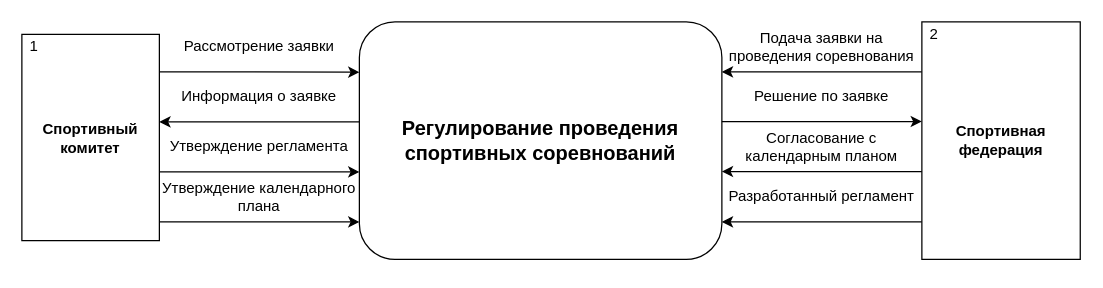
antonch985/Education keeps this draw.io diagram as page "DFD (контекстная)" (7 of 11) of Диаграммы ИС «Спортивный комитет».drawio. Above is the earlier version. Source tidied: cells renumbered, new cells numbered last; positions are measured from the earlier drawing's top-left corner, leaving out a move shared by most shapes. Both pictures are drawn from the tidied source at 125%, with x=0, y=0 at pixel (21, 21).
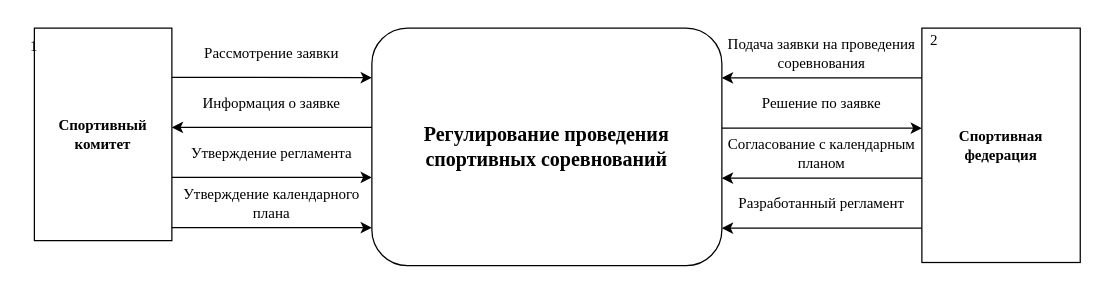
Above is the later version.

The edit, as a diff of the source:
```diff
@@
-    <mxCell id="2" style="edgeStyle=none;rounded=0;orthogonalLoop=1;jettySize=auto;html=1;" parent="1" edge="1">
+    <mxCell id="2" style="edgeStyle=none;rounded=0;orthogonalLoop=1;jettySize=auto;html=1;fontFamily=Times New Roman;" parent="1" edge="1">
       <mxGeometry relative="1" as="geometry">
-        <mxPoint x="110" y="120" as="sourcePoint" />
-        <mxPoint x="270" y="120" as="targetPoint" />
+        <mxPoint x="120" y="124.4" as="sourcePoint" />
+        <mxPoint x="280" y="124.4" as="targetPoint" />
       </mxGeometry>
     </mxCell>
-    <mxCell id="3" style="edgeStyle=none;rounded=0;orthogonalLoop=1;jettySize=auto;html=1;" parent="1" edge="1">
+    <mxCell id="3" style="edgeStyle=none;rounded=0;orthogonalLoop=1;jettySize=auto;html=1;fontFamily=Times New Roman;" parent="1" edge="1">
       <mxGeometry relative="1" as="geometry">
-        <mxPoint x="720" y="160" as="sourcePoint" />
-        <mxPoint x="560" y="160" as="targetPoint" />
+        <mxPoint x="720" y="165" as="sourcePoint" />
+        <mxPoint x="560" y="165" as="targetPoint" />
       </mxGeometry>
     </mxCell>
-    <mxCell id="4" value="Регулирование проведения&lt;div&gt;спортивных соревнований&lt;/div&gt;" style="rounded=1;whiteSpace=wrap;html=1;fontStyle=1;fontSize=16;" parent="1" vertex="1">
-      <mxGeometry x="270" width="290" height="190" as="geometry" />
+    <mxCell id="4" value="Регулирование проведения&lt;div&gt;спортивных соревнований&lt;/div&gt;" style="rounded=1;whiteSpace=wrap;html=1;fontStyle=1;fontSize=16;fontFamily=Times New Roman;" parent="1" vertex="1">
+      <mxGeometry x="280" y="5" width="280" height="190" as="geometry" />
     </mxCell>
-    <mxCell id="5" style="edgeStyle=none;rounded=0;orthogonalLoop=1;jettySize=auto;html=1;entryX=0;entryY=0.5;entryDx=0;entryDy=0;" parent="1" edge="1">
+    <mxCell id="5" style="edgeStyle=none;rounded=0;orthogonalLoop=1;jettySize=auto;html=1;entryX=0;entryY=0.5;entryDx=0;entryDy=0;fontFamily=Times New Roman;" parent="1" edge="1">
       <mxGeometry relative="1" as="geometry">
-        <mxPoint x="110" y="40" as="sourcePoint" />
-        <mxPoint x="270" y="40.2" as="targetPoint" />
+        <mxPoint x="120" y="44.4" as="sourcePoint" />
+        <mxPoint x="280" y="44.6" as="targetPoint" />
       </mxGeometry>
     </mxCell>
-    <mxCell id="6" value="Спортивный&lt;div&gt;комитет&lt;/div&gt;" style="rounded=0;whiteSpace=wrap;html=1;fontStyle=1;" parent="1" vertex="1">
-      <mxGeometry y="10" width="110" height="165" as="geometry" />
+    <mxCell id="6" value="Спортивный&lt;div&gt;комитет&lt;/div&gt;" style="rounded=0;whiteSpace=wrap;html=1;fontStyle=1;fontFamily=Times New Roman;" parent="1" vertex="1">
+      <mxGeometry x="10" y="5" width="110" height="170" as="geometry" />
     </mxCell>
-    <mxCell id="7" style="edgeStyle=none;rounded=0;orthogonalLoop=1;jettySize=auto;html=1;entryX=1;entryY=0.5;entryDx=0;entryDy=0;" parent="1" edge="1">
+    <mxCell id="7" style="edgeStyle=none;rounded=0;orthogonalLoop=1;jettySize=auto;html=1;fontFamily=Times New Roman;exitX=0;exitY=0.213;exitDx=0;exitDy=0;exitPerimeter=0;" parent="1" edge="1">
       <mxGeometry relative="1" as="geometry">
-        <mxPoint x="720" y="40" as="sourcePoint" />
-        <mxPoint x="560" y="40" as="targetPoint" />
+        <mxPoint x="720" y="44.8" as="sourcePoint" />
+        <mxPoint x="560" y="44.8" as="targetPoint" />
       </mxGeometry>
     </mxCell>
-    <mxCell id="8" value="Спортивная&lt;br&gt;&lt;div&gt;федерация&lt;/div&gt;" style="rounded=0;whiteSpace=wrap;html=1;fontStyle=1;" parent="1" vertex="1">
-      <mxGeometry x="720" width="126.7" height="190" as="geometry" />
+    <mxCell id="8" value="Спортивная&lt;br&gt;&lt;div&gt;федерация&lt;/div&gt;" style="rounded=0;whiteSpace=wrap;html=1;fontStyle=1;fontFamily=Times New Roman;" parent="1" vertex="1">
+      <mxGeometry x="720" y="5" width="126.7" height="187.5" as="geometry" />
     </mxCell>
-    <mxCell id="9" value="Подача заявки на проведения соревнования" style="text;html=1;whiteSpace=wrap;strokeColor=none;fillColor=none;align=center;verticalAlign=middle;rounded=0;" parent="1" vertex="1">
-      <mxGeometry x="560" width="160" height="40" as="geometry" />
+    <mxCell id="9" value="Подача заявки на проведения соревнования" style="text;html=1;whiteSpace=wrap;strokeColor=none;fillColor=none;align=center;verticalAlign=middle;rounded=0;fontFamily=Times New Roman;" parent="1" vertex="1">
+      <mxGeometry x="560" y="5" width="160" height="40" as="geometry" />
     </mxCell>
-    <mxCell id="10" value="Рассмотрение заявки" style="text;html=1;whiteSpace=wrap;strokeColor=none;fillColor=none;align=center;verticalAlign=middle;rounded=0;" parent="1" vertex="1">
-      <mxGeometry x="110" width="160" height="40" as="geometry" />
+    <mxCell id="10" value="Рассмотрение заявки" style="text;html=1;whiteSpace=wrap;strokeColor=none;fillColor=none;align=center;verticalAlign=middle;rounded=0;fontFamily=Times New Roman;" parent="1" vertex="1">
+      <mxGeometry x="120" y="4.6" width="160" height="40" as="geometry" />
     </mxCell>
-    <mxCell id="11" value="Информация о заявке" style="text;html=1;whiteSpace=wrap;strokeColor=none;fillColor=none;align=center;verticalAlign=middle;rounded=0;" parent="1" vertex="1">
-      <mxGeometry x="110" y="40" width="160" height="40" as="geometry" />
+    <mxCell id="11" value="Информация о заявке" style="text;html=1;whiteSpace=wrap;strokeColor=none;fillColor=none;align=center;verticalAlign=middle;rounded=0;fontFamily=Times New Roman;" parent="1" vertex="1">
+      <mxGeometry x="120" y="44.6" width="160" height="40" as="geometry" />
     </mxCell>
-    <mxCell id="12" value="Согласование с календарным планом" style="text;html=1;whiteSpace=wrap;strokeColor=none;fillColor=none;align=center;verticalAlign=middle;rounded=0;" parent="1" vertex="1">
-      <mxGeometry x="560" y="80" width="160" height="40" as="geometry" />
+    <mxCell id="12" value="Согласование с календарным планом" style="text;html=1;whiteSpace=wrap;strokeColor=none;fillColor=none;align=center;verticalAlign=middle;rounded=0;fontFamily=Times New Roman;" parent="1" vertex="1">
+      <mxGeometry x="560" y="85" width="160" height="40" as="geometry" />
     </mxCell>
-    <mxCell id="13" value="Разработанный регламент" style="text;html=1;whiteSpace=wrap;strokeColor=none;fillColor=none;align=center;verticalAlign=middle;rounded=0;" parent="1" vertex="1">
-      <mxGeometry x="560" y="120" width="160" height="40" as="geometry" />
+    <mxCell id="13" value="Разработанный регламент" style="text;html=1;whiteSpace=wrap;strokeColor=none;fillColor=none;align=center;verticalAlign=middle;rounded=0;fontFamily=Times New Roman;" parent="1" vertex="1">
+      <mxGeometry x="560" y="125" width="160" height="40" as="geometry" />
     </mxCell>
-    <mxCell id="14" value="Утверждение регламента" style="text;html=1;whiteSpace=wrap;strokeColor=none;fillColor=none;align=center;verticalAlign=middle;rounded=0;" parent="1" vertex="1">
-      <mxGeometry x="110" y="80" width="160" height="40" as="geometry" />
+    <mxCell id="14" value="Утверждение регламента" style="text;html=1;whiteSpace=wrap;strokeColor=none;fillColor=none;align=center;verticalAlign=middle;rounded=0;fontFamily=Times New Roman;" parent="1" vertex="1">
+      <mxGeometry x="120" y="84.6" width="160" height="40" as="geometry" />
     </mxCell>
-    <mxCell id="15" style="edgeStyle=none;rounded=0;orthogonalLoop=1;jettySize=auto;html=1;entryX=0;entryY=1;entryDx=0;entryDy=0;" parent="1" edge="1">
+    <mxCell id="15" style="edgeStyle=none;rounded=0;orthogonalLoop=1;jettySize=auto;html=1;entryX=0;entryY=1;entryDx=0;entryDy=0;fontFamily=Times New Roman;" parent="1" edge="1">
       <mxGeometry relative="1" as="geometry">
-        <mxPoint x="110" y="160" as="sourcePoint" />
-        <mxPoint x="270" y="160" as="targetPoint" />
+        <mxPoint x="120" y="164.6" as="sourcePoint" />
+        <mxPoint x="280" y="164.6" as="targetPoint" />
       </mxGeometry>
     </mxCell>
-    <mxCell id="16" value="Утверждение календарного плана" style="text;html=1;whiteSpace=wrap;strokeColor=none;fillColor=none;align=center;verticalAlign=middle;rounded=0;" parent="1" vertex="1">
-      <mxGeometry x="110" y="120" width="160" height="40" as="geometry" />
+    <mxCell id="16" value="Утверждение календарного плана" style="text;html=1;whiteSpace=wrap;strokeColor=none;fillColor=none;align=center;verticalAlign=middle;rounded=0;fontFamily=Times New Roman;" parent="1" vertex="1">
+      <mxGeometry x="120" y="124.6" width="160" height="40" as="geometry" />
     </mxCell>
-    <mxCell id="17" style="edgeStyle=none;rounded=0;orthogonalLoop=1;jettySize=auto;html=1;" parent="1" edge="1">
+    <mxCell id="17" style="edgeStyle=none;rounded=0;orthogonalLoop=1;jettySize=auto;html=1;fontFamily=Times New Roman;" parent="1" edge="1">
       <mxGeometry relative="1" as="geometry">
-        <mxPoint x="270" y="80" as="sourcePoint" />
-        <mxPoint x="110" y="80" as="targetPoint" />
+        <mxPoint x="280" y="84.4" as="sourcePoint" />
+        <mxPoint x="120" y="84.4" as="targetPoint" />
       </mxGeometry>
     </mxCell>
-    <mxCell id="18" style="edgeStyle=none;rounded=0;orthogonalLoop=1;jettySize=auto;html=1;entryX=1;entryY=0.526;entryDx=0;entryDy=0;entryPerimeter=0;exitX=0;exitY=0.526;exitDx=0;exitDy=0;exitPerimeter=0;" parent="1" edge="1">
+    <mxCell id="18" style="edgeStyle=none;rounded=0;orthogonalLoop=1;jettySize=auto;html=1;entryX=1;entryY=0.526;entryDx=0;entryDy=0;entryPerimeter=0;exitX=0;exitY=0.526;exitDx=0;exitDy=0;exitPerimeter=0;fontFamily=Times New Roman;" parent="1" edge="1">
       <mxGeometry relative="1" as="geometry">
-        <mxPoint x="720" y="119.7" as="sourcePoint" />
-        <mxPoint x="560" y="119.7" as="targetPoint" />
+        <mxPoint x="720" y="125" as="sourcePoint" />
+        <mxPoint x="560" y="125" as="targetPoint" />
       </mxGeometry>
     </mxCell>
-    <mxCell id="19" style="edgeStyle=none;rounded=0;orthogonalLoop=1;jettySize=auto;html=1;" parent="1" edge="1">
+    <mxCell id="19" style="edgeStyle=none;rounded=0;orthogonalLoop=1;jettySize=auto;html=1;fontFamily=Times New Roman;" parent="1" edge="1">
       <mxGeometry relative="1" as="geometry">
-        <mxPoint x="560" y="79.7" as="sourcePoint" />
-        <mxPoint x="720" y="79.7" as="targetPoint" />
+        <mxPoint x="560" y="85" as="sourcePoint" />
+        <mxPoint x="720" y="85" as="targetPoint" />
       </mxGeometry>
     </mxCell>
-    <mxCell id="20" value="Решение по заявке" style="text;html=1;whiteSpace=wrap;strokeColor=none;fillColor=none;align=center;verticalAlign=middle;rounded=0;" parent="1" vertex="1">
-      <mxGeometry x="560" y="40" width="160" height="40" as="geometry" />
+    <mxCell id="20" value="Решение по заявке" style="text;html=1;whiteSpace=wrap;strokeColor=none;fillColor=none;align=center;verticalAlign=middle;rounded=0;fontFamily=Times New Roman;" parent="1" vertex="1">
+      <mxGeometry x="560" y="45" width="160" height="40" as="geometry" />
     </mxCell>
-    <mxCell id="21" value="1" style="text;html=1;whiteSpace=wrap;strokeColor=none;fillColor=none;align=center;verticalAlign=middle;rounded=0;" parent="1" vertex="1">
+    <mxCell id="21" value="1" style="text;html=1;whiteSpace=wrap;strokeColor=none;fillColor=none;align=center;verticalAlign=middle;rounded=0;fontFamily=Times New Roman;" parent="1" vertex="1">
       <mxGeometry y="10" width="20" height="20" as="geometry" />
     </mxCell>
-    <mxCell id="22" value="2" style="text;html=1;whiteSpace=wrap;strokeColor=none;fillColor=none;align=center;verticalAlign=middle;rounded=0;" parent="1" vertex="1">
-      <mxGeometry x="720" width="20" height="20" as="geometry" />
+    <mxCell id="22" value="2" style="text;html=1;whiteSpace=wrap;strokeColor=none;fillColor=none;align=center;verticalAlign=middle;rounded=0;fontFamily=Times New Roman;" parent="1" vertex="1">
+      <mxGeometry x="720" y="5" width="20" height="20" as="geometry" />
     </mxCell>
```
